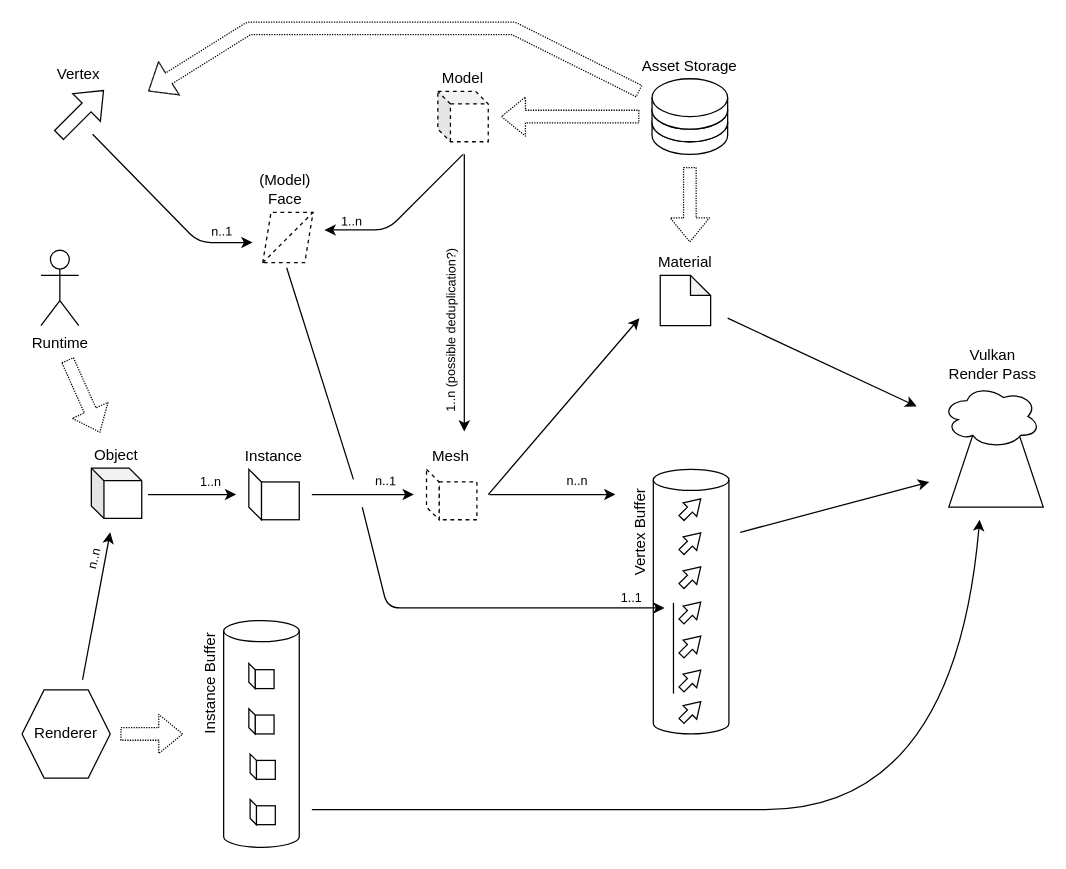
Sonotsugipaa/skengine keeps this draw.io diagram as doc/model-diagram.drawio. Above is the earlier version. Source tidied: cells renumbered, new cells numbered last; positions are measured from the earlier drawing's top-left corner, leaving out a move shared by most shapes. Both pictures are drawn from the tidied source at 126%, with x=0, y=0 at pixel (21, 28).
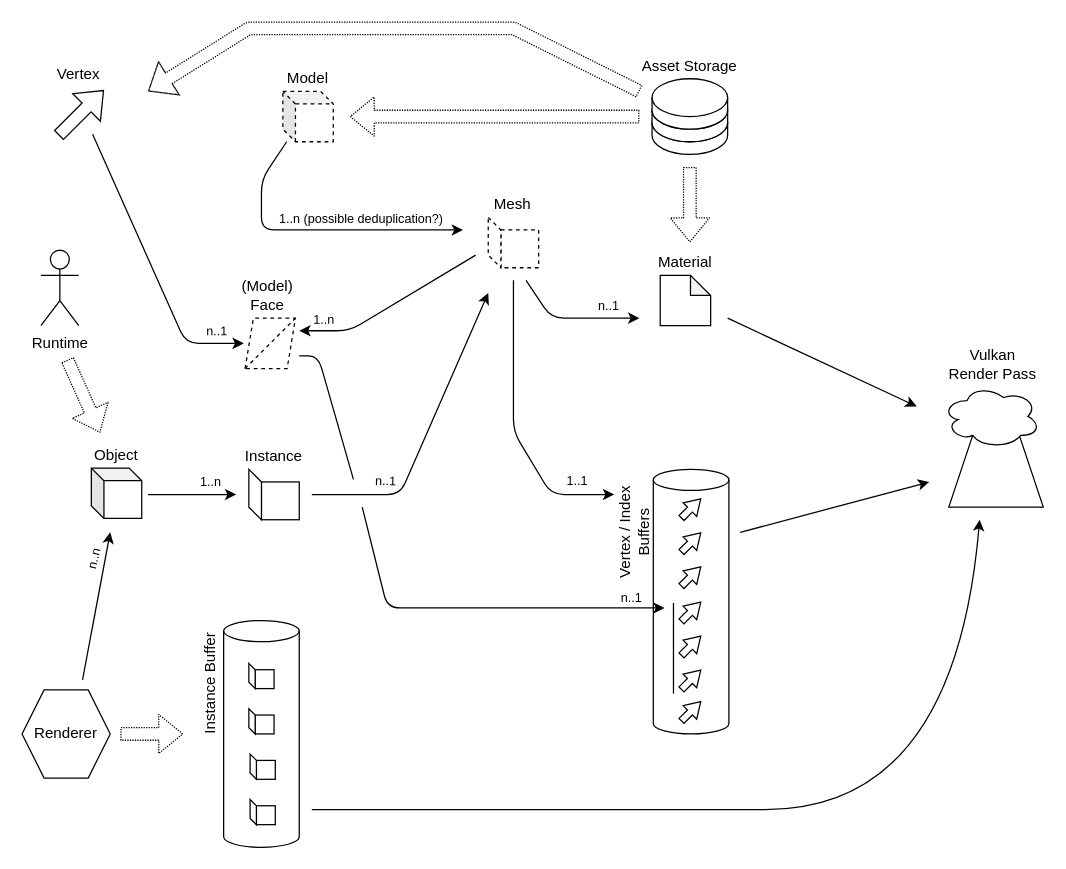
The same diagram, later.

What changed in the source:
```diff
@@
     <mxCell id="4" style="shape=cube;whiteSpace=wrap;html=1;boundedLbl=1;backgroundOutline=1;darkOpacity=0.05;darkOpacity2=0.1;size=10;dashed=1;" parent="1" vertex="1">
-      <mxGeometry x="330" y="50" width="40" height="40" as="geometry" />
+      <mxGeometry x="207" y="50" width="40" height="40" as="geometry" />
     </mxCell>
     <mxCell id="5" value="Model" style="text;html=1;strokeColor=none;fillColor=none;align=center;verticalAlign=middle;whiteSpace=wrap;rounded=0;" parent="1" vertex="1">
-      <mxGeometry x="330" y="30" width="40" height="20" as="geometry" />
+      <mxGeometry x="207" y="30" width="40" height="20" as="geometry" />
     </mxCell>
@@
-    <mxCell id="13" value="Vertex Buffer" style="text;html=1;strokeColor=none;fillColor=none;align=center;verticalAlign=middle;whiteSpace=wrap;rounded=0;rotation=-90;" parent="1" vertex="1">
-      <mxGeometry x="451" y="390" width="80" height="20" as="geometry" />
+    <mxCell id="13" value="Vertex / Index&lt;br&gt;Buffers" style="text;html=1;strokeColor=none;fillColor=none;align=center;verticalAlign=middle;whiteSpace=wrap;rounded=0;rotation=-90;" parent="1" vertex="1">
+      <mxGeometry x="446" y="385" width="80" height="30" as="geometry" />
     </mxCell>
@@
     <mxCell id="18" style="endArrow=classic;html=1;rounded=1;" parent="1" edge="1">
       <mxGeometry relative="1" as="geometry">
-        <mxPoint x="371" y="370" as="sourcePoint" />
-        <mxPoint x="471" y="370" as="targetPoint" />
+        <mxPoint x="390" y="200" as="sourcePoint" />
+        <mxPoint x="470" y="370" as="targetPoint" />
+        <Array as="points">
+          <mxPoint x="390" y="320" />
+          <mxPoint x="420" y="370" />
+        </Array>
       </mxGeometry>
     </mxCell>
@@
     <mxCell id="33" style="group;dashed=1;" parent="1" vertex="1">
-      <mxGeometry x="321" y="350" width="40" height="40" as="geometry" />
+      <mxGeometry x="370" y="150" width="40" height="40" as="geometry" />
     </mxCell>
@@
     <mxCell id="36" value="Mesh" style="text;html=1;strokeColor=none;fillColor=none;align=center;verticalAlign=middle;whiteSpace=wrap;rounded=0;" parent="1" vertex="1">
-      <mxGeometry x="320" y="330" width="41" height="20" as="geometry" />
+      <mxGeometry x="369" y="130" width="41" height="20" as="geometry" />
     </mxCell>
@@
-    <mxCell id="39" value="n..n" style="text;html=1;strokeColor=none;fillColor=none;align=center;verticalAlign=middle;whiteSpace=wrap;rounded=0;dashed=1;fontSize=10;rotation=0;" parent="1" vertex="1">
+    <mxCell id="39" value="1..1" style="text;html=1;strokeColor=none;fillColor=none;align=center;verticalAlign=middle;whiteSpace=wrap;rounded=0;dashed=1;fontSize=10;rotation=0;" parent="1" vertex="1">
       <mxGeometry x="426" y="349" width="30" height="20" as="geometry" />
     </mxCell>
     <mxCell id="40" style="endArrow=classic;html=1;rounded=1;" parent="1" edge="1">
       <mxGeometry relative="1" as="geometry">
-        <mxPoint x="351" y="100" as="sourcePoint" />
-        <mxPoint x="351" y="320" as="targetPoint" />
+        <mxPoint x="210" y="90" as="sourcePoint" />
+        <mxPoint x="350" y="160" as="targetPoint" />
+        <Array as="points">
+          <mxPoint x="190" y="120" />
+          <mxPoint x="190" y="160" />
+        </Array>
       </mxGeometry>
     </mxCell>
-    <mxCell id="41" value="1..n (possible deduplication?)" style="text;html=1;strokeColor=none;fillColor=none;align=center;verticalAlign=middle;whiteSpace=wrap;rounded=0;dashed=1;fontSize=10;rotation=-89.8;" parent="1" vertex="1">
-      <mxGeometry x="271" y="230" width="138.6" height="20" as="geometry" />
+    <mxCell id="41" value="1..n (possible deduplication?)" style="text;html=1;strokeColor=none;fillColor=none;align=center;verticalAlign=middle;whiteSpace=wrap;rounded=0;dashed=1;fontSize=10;rotation=0;" parent="1" vertex="1">
+      <mxGeometry x="200" y="141" width="138.6" height="20" as="geometry" />
     </mxCell>
     <mxCell id="42" style="group;" parent="1" vertex="1">
-      <mxGeometry x="191" y="146" width="40" height="40" as="geometry" />
+      <mxGeometry x="177" y="230" width="40" height="40" as="geometry" />
     </mxCell>
@@
     <mxCell id="45" style="endArrow=classic;html=1;rounded=1;" parent="1" edge="1">
       <mxGeometry relative="1" as="geometry">
-        <mxPoint x="350" y="100" as="sourcePoint" />
-        <mxPoint x="240" y="160" as="targetPoint" />
+        <mxPoint x="360" y="180" as="sourcePoint" />
+        <mxPoint x="220" y="240" as="targetPoint" />
         <Array as="points">
-          <mxPoint x="290" y="160" />
+          <mxPoint x="260" y="240" />
         </Array>
       </mxGeometry>
     </mxCell>
     <mxCell id="46" value="1..n" style="text;html=1;strokeColor=none;fillColor=none;align=center;verticalAlign=middle;whiteSpace=wrap;rounded=0;dashed=1;fontSize=10;rotation=0.3999999999999986;" parent="1" vertex="1">
-      <mxGeometry x="247" y="143" width="30" height="20" as="geometry" />
+      <mxGeometry x="225" y="221" width="30" height="20" as="geometry" />
     </mxCell>
     <mxCell id="47" value="(Model)&lt;br&gt;Face" style="text;html=1;strokeColor=none;fillColor=none;align=center;verticalAlign=middle;whiteSpace=wrap;rounded=0;" parent="1" vertex="1">
-      <mxGeometry x="179" y="110" width="60" height="36" as="geometry" />
+      <mxGeometry x="165" y="194" width="60" height="36" as="geometry" />
     </mxCell>
@@
     <mxCell id="52" style="endArrow=classic;html=1;rounded=1;" parent="1" edge="1">
       <mxGeometry relative="1" as="geometry">
         <mxPoint x="230" y="370" as="sourcePoint" />
-        <mxPoint x="311" y="370" as="targetPoint" />
+        <mxPoint x="370" y="210" as="targetPoint" />
+        <Array as="points">
+          <mxPoint x="300" y="370" />
+        </Array>
       </mxGeometry>
     </mxCell>
@@
     <mxCell id="56" style="endArrow=classic;html=1;rounded=1;" parent="1" edge="1">
       <mxGeometry relative="1" as="geometry">
         <mxPoint x="56" y="84" as="sourcePoint" />
-        <mxPoint x="183" y="170" as="targetPoint" />
+        <mxPoint x="176" y="250" as="targetPoint" />
         <Array as="points">
-          <mxPoint x="140" y="170" />
+          <mxPoint x="130" y="250" />
         </Array>
       </mxGeometry>
     </mxCell>
     <mxCell id="57" value="n..1" style="text;html=1;strokeColor=none;fillColor=none;align=center;verticalAlign=middle;whiteSpace=wrap;rounded=0;dashed=1;fontSize=10;rotation=-0.3999999999999986;" parent="1" vertex="1">
-      <mxGeometry x="144" y="151" width="30" height="20" as="geometry" />
+      <mxGeometry x="140" y="230" width="30" height="20" as="geometry" />
     </mxCell>
     <mxCell id="58" style="endArrow=classic;html=1;rounded=1;" parent="1" edge="1">
       <mxGeometry relative="1" as="geometry">
-        <mxPoint x="370" y="370" as="sourcePoint" />
+        <mxPoint x="400" y="200" as="sourcePoint" />
         <mxPoint x="490" y="230" as="targetPoint" />
+        <Array as="points">
+          <mxPoint x="420" y="230" />
+        </Array>
       </mxGeometry>
     </mxCell>
@@
     <mxCell id="69" style="shape=flexArrow;endArrow=classic;html=1;rounded=1;fontSize=12;dashed=1;dashPattern=1 1;" parent="1" edge="1">
       <mxGeometry relative="1" as="geometry">
         <mxPoint x="490" y="70" as="sourcePoint" />
-        <mxPoint x="380" y="70" as="targetPoint" />
+        <mxPoint x="260" y="70" as="targetPoint" />
       </mxGeometry>
     </mxCell>
@@
     <mxCell id="74" style="endArrow=none;html=1;rounded=1;fontSize=12;fillColor=default;" parent="1" edge="1">
       <mxGeometry relative="1" as="geometry">
         <mxPoint x="263" y="358" as="sourcePoint" />
-        <mxPoint x="210" y="190" as="targetPoint" />
+        <mxPoint x="220" y="260" as="targetPoint" />
+        <Array as="points">
+          <mxPoint x="235" y="260" />
+        </Array>
       </mxGeometry>
     </mxCell>
-    <mxCell id="75" value="1..1" style="text;html=1;strokeColor=none;fillColor=none;align=center;verticalAlign=middle;whiteSpace=wrap;rounded=0;dashed=1;fontSize=10;rotation=0;" parent="1" vertex="1">
+    <mxCell id="75" value="n..1" style="text;html=1;strokeColor=none;fillColor=none;align=center;verticalAlign=middle;whiteSpace=wrap;rounded=0;dashed=1;fontSize=10;rotation=0;" parent="1" vertex="1">
       <mxGeometry x="469" y="442" width="30" height="20" as="geometry" />
     </mxCell>
@@
+    <mxCell id="83" value="n..1" style="text;html=1;strokeColor=none;fillColor=none;align=center;verticalAlign=middle;whiteSpace=wrap;rounded=0;dashed=1;fontSize=10;rotation=0;" parent="1" vertex="1">
+      <mxGeometry x="451" y="210" width="30" height="20" as="geometry" />
+    </mxCell>
```
